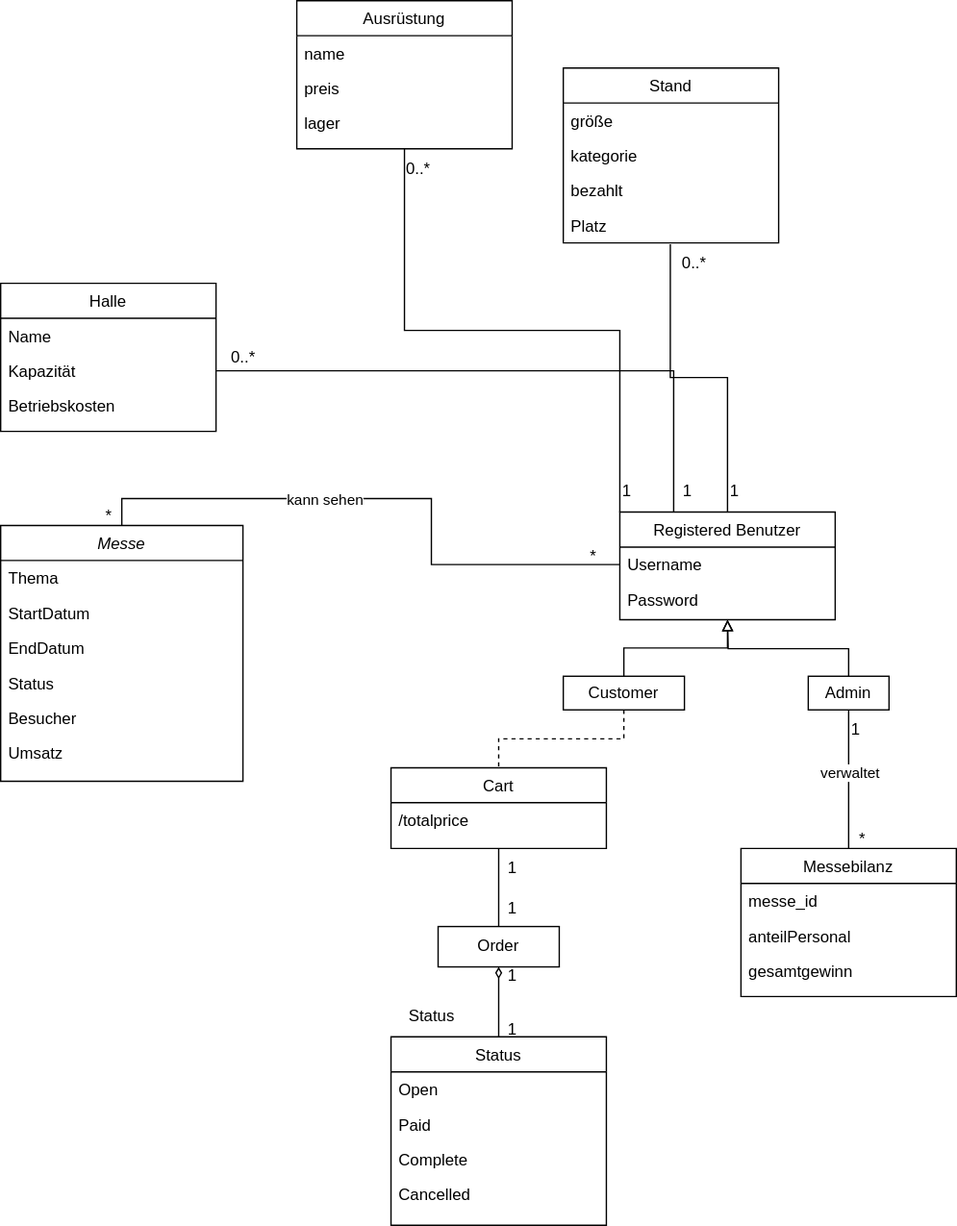
Earlier version of the draw.io export src/main/asciidoc/models/analysis/Klassendiagramm.svg (Leonard0108/Final-Buchmesse). Source tidied: cells renumbered, new cells last; positions are measured from the earlier drawing's top-left corner, leaving out a move shared by most shapes.
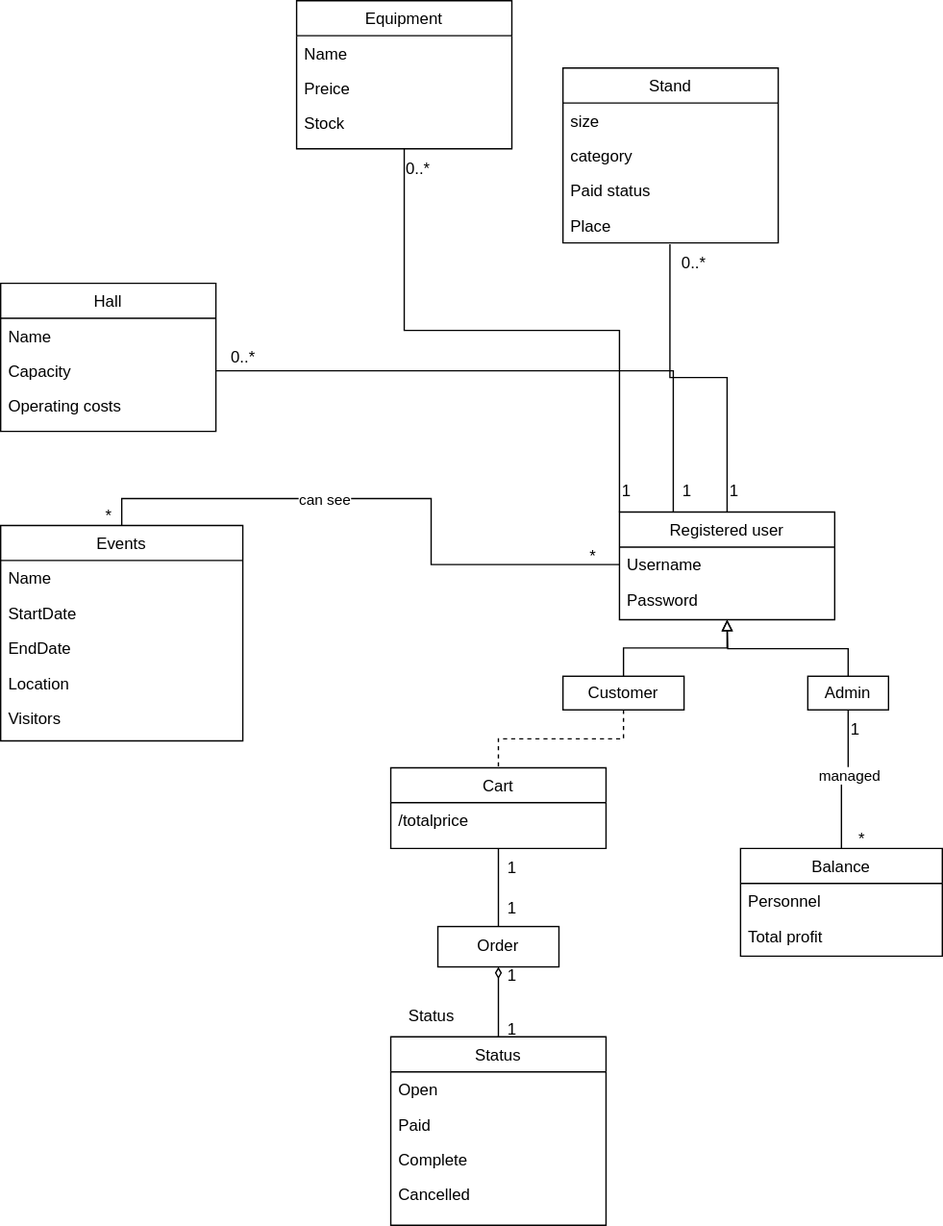
The same file after the commit.

Diff of the diagram source:
```diff
@@ -2,37 +2,34 @@
   <root>
     <mxCell id="0" />
     <mxCell id="1" parent="0" />
-    <mxCell id="2" value="Messe" style="swimlane;fontStyle=2;align=center;verticalAlign=top;horizontal=1;startSize=26;rounded=0;shadow=0;strokeWidth=1;" parent="1" vertex="1">
-      <mxGeometry y="390" width="180" height="190" as="geometry" />
+    <mxCell id="2" value="Events" style="swimlane;fontStyle=0;align=center;verticalAlign=top;horizontal=1;startSize=26;rounded=0;shadow=0;strokeWidth=1;" parent="1" vertex="1">
+      <mxGeometry y="390" width="180" height="160" as="geometry" />
     </mxCell>
-    <mxCell id="3" value="Thema" style="text;align=left;verticalAlign=top;spacingLeft=4;spacingRight=4;overflow=hidden;rounded=0;shadow=0;html=0;" parent="2" vertex="1">
+    <mxCell id="3" value="Name" style="text;align=left;verticalAlign=top;spacingLeft=4;spacingRight=4;overflow=hidden;rounded=0;shadow=0;html=0;" parent="2" vertex="1">
       <mxGeometry y="26" width="180" height="26" as="geometry" />
     </mxCell>
-    <mxCell id="4" value="StartDatum" style="text;align=left;verticalAlign=top;spacingLeft=4;spacingRight=4;overflow=hidden;rounded=0;shadow=0;html=0;" parent="2" vertex="1">
+    <mxCell id="4" value="StartDate" style="text;align=left;verticalAlign=top;spacingLeft=4;spacingRight=4;overflow=hidden;rounded=0;shadow=0;html=0;" parent="2" vertex="1">
       <mxGeometry y="52" width="180" height="26" as="geometry" />
     </mxCell>
-    <mxCell id="5" value="EndDatum" style="text;align=left;verticalAlign=top;spacingLeft=4;spacingRight=4;overflow=hidden;rounded=0;shadow=0;html=0;" parent="2" vertex="1">
+    <mxCell id="5" value="EndDate" style="text;align=left;verticalAlign=top;spacingLeft=4;spacingRight=4;overflow=hidden;rounded=0;shadow=0;html=0;" parent="2" vertex="1">
       <mxGeometry y="78" width="180" height="26" as="geometry" />
     </mxCell>
-    <mxCell id="6" value="Status" style="text;align=left;verticalAlign=top;spacingLeft=4;spacingRight=4;overflow=hidden;rounded=0;shadow=0;html=0;" parent="2" vertex="1">
+    <mxCell id="6" value="Location" style="text;align=left;verticalAlign=top;spacingLeft=4;spacingRight=4;overflow=hidden;rounded=0;shadow=0;html=0;" parent="2" vertex="1">
       <mxGeometry y="104" width="180" height="26" as="geometry" />
     </mxCell>
-    <mxCell id="7" value="Besucher" style="text;align=left;verticalAlign=top;spacingLeft=4;spacingRight=4;overflow=hidden;rounded=0;shadow=0;html=0;" parent="2" vertex="1">
+    <mxCell id="7" value="Visitors" style="text;align=left;verticalAlign=top;spacingLeft=4;spacingRight=4;overflow=hidden;rounded=0;shadow=0;html=0;" parent="2" vertex="1">
       <mxGeometry y="130" width="180" height="26" as="geometry" />
     </mxCell>
-    <mxCell id="8" value="Umsatz" style="text;align=left;verticalAlign=top;spacingLeft=4;spacingRight=4;overflow=hidden;rounded=0;shadow=0;html=0;" parent="2" vertex="1">
-      <mxGeometry y="156" width="180" height="26" as="geometry" />
-    </mxCell>
-    <mxCell id="9" value="Halle" style="swimlane;fontStyle=0;align=center;verticalAlign=top;horizontal=1;startSize=26;rounded=0;shadow=0;strokeWidth=1;" parent="1" vertex="1">
+    <mxCell id="9" value="Hall" style="swimlane;fontStyle=0;align=center;verticalAlign=top;horizontal=1;startSize=26;rounded=0;shadow=0;strokeWidth=1;" parent="1" vertex="1">
       <mxGeometry y="210" width="160" height="110" as="geometry" />
     </mxCell>
     <mxCell id="10" value="Name" style="text;align=left;verticalAlign=top;spacingLeft=4;spacingRight=4;overflow=hidden;rounded=0;shadow=0;html=0;" parent="9" vertex="1">
       <mxGeometry y="26" width="160" height="26" as="geometry" />
     </mxCell>
-    <mxCell id="11" value="Kapazität" style="text;align=left;verticalAlign=top;spacingLeft=4;spacingRight=4;overflow=hidden;points=[[0,0.5],[1,0.5]];portConstraint=eastwest;" parent="9" vertex="1">
+    <mxCell id="11" value="Capacity" style="text;align=left;verticalAlign=top;spacingLeft=4;spacingRight=4;overflow=hidden;points=[[0,0.5],[1,0.5]];portConstraint=eastwest;" parent="9" vertex="1">
       <mxGeometry y="52" width="160" height="26" as="geometry" />
     </mxCell>
-    <mxCell id="12" value="Betriebskosten" style="text;align=left;verticalAlign=top;spacingLeft=4;spacingRight=4;overflow=hidden;rounded=0;shadow=0;html=0;fontStyle=0;" parent="9" vertex="1">
+    <mxCell id="12" value="Operating costs" style="text;align=left;verticalAlign=top;spacingLeft=4;spacingRight=4;overflow=hidden;rounded=0;shadow=0;html=0;fontStyle=0;" parent="9" vertex="1">
       <mxGeometry y="78" width="160" height="26" as="geometry" />
     </mxCell>
     <mxCell id="13" style="edgeStyle=orthogonalEdgeStyle;rounded=0;jettySize=auto;html=1;exitX=0;exitY=0;exitDx=0;exitDy=0;entryX=0.5;entryY=1;entryDx=0;entryDy=0;endArrow=none;startFill=0;" parent="1" edge="1" source="15" target="30">
@@ -41,7 +38,7 @@
     <mxCell id="14" style="edgeStyle=orthogonalEdgeStyle;rounded=0;jettySize=auto;html=1;exitX=0.25;exitY=0;exitDx=0;exitDy=0;entryX=1;entryY=0.5;entryDx=0;entryDy=0;endArrow=none;startFill=0;" parent="1" edge="1" source="15" target="11">
       <mxGeometry relative="1" as="geometry" />
     </mxCell>
-    <mxCell id="15" value="Registered Benutzer" style="swimlane;fontStyle=0;align=center;verticalAlign=top;horizontal=1;startSize=26;rounded=0;shadow=0;strokeWidth=1;" parent="1" vertex="1">
+    <mxCell id="15" value="Registered user&#10;" style="swimlane;fontStyle=0;align=center;verticalAlign=top;horizontal=1;startSize=26;rounded=0;shadow=0;strokeWidth=1;" parent="1" vertex="1">
       <mxGeometry x="460" y="380" width="160" height="80" as="geometry" />
     </mxCell>
     <mxCell id="16" value="Username" style="text;align=left;verticalAlign=top;spacingLeft=4;spacingRight=4;overflow=hidden;points=[[0,0.5],[1,0.5]];portConstraint=eastwest;" parent="15" vertex="1">
@@ -53,16 +50,16 @@
     <mxCell id="18" value="Stand" style="swimlane;fontStyle=0;align=center;verticalAlign=top;horizontal=1;startSize=26;rounded=0;shadow=0;strokeWidth=1;" parent="1" vertex="1">
       <mxGeometry x="418" y="50" width="160" height="130" as="geometry" />
     </mxCell>
-    <mxCell id="19" value="größe" style="text;align=left;verticalAlign=top;spacingLeft=4;spacingRight=4;overflow=hidden;" parent="18" vertex="1">
+    <mxCell id="19" value="size" style="text;align=left;verticalAlign=top;spacingLeft=4;spacingRight=4;overflow=hidden;" parent="18" vertex="1">
       <mxGeometry y="26" width="160" height="26" as="geometry" />
     </mxCell>
-    <mxCell id="20" value="kategorie" style="text;align=left;verticalAlign=top;spacingLeft=4;spacingRight=4;overflow=hidden;rounded=0;shadow=0;html=0;" parent="18" vertex="1">
+    <mxCell id="20" value="category" style="text;align=left;verticalAlign=top;spacingLeft=4;spacingRight=4;overflow=hidden;rounded=0;shadow=0;html=0;" parent="18" vertex="1">
       <mxGeometry y="52" width="160" height="26" as="geometry" />
     </mxCell>
-    <mxCell id="21" value="bezahlt" style="text;align=left;verticalAlign=top;spacingLeft=4;spacingRight=4;overflow=hidden;rounded=0;shadow=0;html=0;" parent="18" vertex="1">
+    <mxCell id="21" value="Paid status" style="text;align=left;verticalAlign=top;spacingLeft=4;spacingRight=4;overflow=hidden;rounded=0;shadow=0;html=0;" parent="18" vertex="1">
       <mxGeometry y="78" width="160" height="26" as="geometry" />
     </mxCell>
-    <mxCell id="22" value="Platz" style="text;align=left;verticalAlign=top;spacingLeft=4;spacingRight=4;overflow=hidden;points=[[0,0.5],[1,0.5]];portConstraint=eastwest;rounded=0;shadow=0;html=0;" parent="18" vertex="1">
+    <mxCell id="22" value="Place" style="text;align=left;verticalAlign=top;spacingLeft=4;spacingRight=4;overflow=hidden;points=[[0,0.5],[1,0.5]];portConstraint=eastwest;rounded=0;shadow=0;html=0;" parent="18" vertex="1">
       <mxGeometry y="104" width="160" height="26" as="geometry" />
     </mxCell>
     <mxCell id="23" style="edgeStyle=orthogonalEdgeStyle;rounded=0;jettySize=auto;html=1;exitX=0.5;exitY=0;exitDx=0;exitDy=0;entryX=0.5;entryY=1;entryDx=0;entryDy=0;endArrow=block;endFill=0;" parent="1" edge="1" source="25" target="15">
@@ -77,7 +74,7 @@
     <mxCell id="26" style="edgeStyle=orthogonalEdgeStyle;rounded=0;jettySize=auto;html=1;exitX=0.5;exitY=1;exitDx=0;exitDy=0;entryX=0.5;entryY=0;entryDx=0;entryDy=0;endArrow=none;startFill=0;" parent="1" edge="1" source="29" target="34">
       <mxGeometry relative="1" as="geometry" />
     </mxCell>
-    <mxCell id="27" value="verwaltet" style="edgeLabel;html=1;align=center;verticalAlign=middle;" parent="26" vertex="1">
+    <mxCell id="27" value="managed" style="edgeLabel;html=1;align=center;verticalAlign=middle;" parent="26" vertex="1">
       <mxGeometry x="-0.11" relative="1" as="geometry" />
     </mxCell>
     <mxCell id="28" style="edgeStyle=orthogonalEdgeStyle;rounded=0;jettySize=auto;html=1;exitX=0.5;exitY=0;exitDx=0;exitDy=0;endArrow=block;endFill=0;" parent="1" edge="1" source="29">
@@ -88,29 +85,26 @@
     <mxCell id="29" value="Admin" style="whiteSpace=wrap;html=1;" parent="1" vertex="1">
       <mxGeometry x="600" y="502" width="60" height="25" as="geometry" />
     </mxCell>
-    <mxCell id="30" value="Ausrüstung" style="swimlane;fontStyle=0;align=center;verticalAlign=top;horizontal=1;startSize=26;rounded=0;shadow=0;strokeWidth=1;" parent="1" vertex="1">
+    <mxCell id="30" value="Equipment" style="swimlane;fontStyle=0;align=center;verticalAlign=top;horizontal=1;startSize=26;rounded=0;shadow=0;strokeWidth=1;" parent="1" vertex="1">
       <mxGeometry x="220" width="160" height="110" as="geometry" />
     </mxCell>
-    <mxCell id="31" value="name" style="text;align=left;verticalAlign=top;spacingLeft=4;spacingRight=4;overflow=hidden;" parent="30" vertex="1">
+    <mxCell id="31" value="Name" style="text;align=left;verticalAlign=top;spacingLeft=4;spacingRight=4;overflow=hidden;" parent="30" vertex="1">
       <mxGeometry y="26" width="160" height="26" as="geometry" />
     </mxCell>
-    <mxCell id="32" value="preis" style="text;align=left;verticalAlign=top;spacingLeft=4;spacingRight=4;overflow=hidden;rounded=0;shadow=0;html=0;" parent="30" vertex="1">
+    <mxCell id="32" value="Preice" style="text;align=left;verticalAlign=top;spacingLeft=4;spacingRight=4;overflow=hidden;rounded=0;shadow=0;html=0;" parent="30" vertex="1">
       <mxGeometry y="52" width="160" height="26" as="geometry" />
     </mxCell>
-    <mxCell id="33" value="lager" style="text;align=left;verticalAlign=top;spacingLeft=4;spacingRight=4;overflow=hidden;rounded=0;shadow=0;html=0;" parent="30" vertex="1">
+    <mxCell id="33" value="Stock" style="text;align=left;verticalAlign=top;spacingLeft=4;spacingRight=4;overflow=hidden;rounded=0;shadow=0;html=0;" parent="30" vertex="1">
       <mxGeometry y="78" width="160" height="26" as="geometry" />
     </mxCell>
-    <mxCell id="34" value="Messebilanz" style="swimlane;fontStyle=0;align=center;verticalAlign=top;horizontal=1;startSize=26;rounded=0;shadow=0;strokeWidth=1;" parent="1" vertex="1">
-      <mxGeometry x="550" y="630" width="160" height="110" as="geometry" />
+    <mxCell id="34" value="Balance" style="swimlane;fontStyle=0;align=center;verticalAlign=top;horizontal=1;startSize=26;rounded=0;shadow=0;strokeWidth=1;" parent="1" vertex="1">
+      <mxGeometry x="550" y="630" width="150" height="80" as="geometry" />
     </mxCell>
-    <mxCell id="35" value="messe_id" style="text;align=left;verticalAlign=top;spacingLeft=4;spacingRight=4;overflow=hidden;" parent="34" vertex="1">
-      <mxGeometry y="26" width="160" height="26" as="geometry" />
-    </mxCell>
-    <mxCell id="36" value="anteilPersonal" style="text;align=left;verticalAlign=top;spacingLeft=4;spacingRight=4;overflow=hidden;rounded=0;shadow=0;html=0;" parent="34" vertex="1">
-      <mxGeometry y="52" width="160" height="26" as="geometry" />
+    <mxCell id="36" value="Personnel" style="text;align=left;verticalAlign=top;spacingLeft=4;spacingRight=4;overflow=hidden;rounded=0;shadow=0;html=0;" parent="34" vertex="1">
+      <mxGeometry y="26" width="150" height="26" as="geometry" />
     </mxCell>
-    <mxCell id="37" value="gesamtgewinn" style="text;align=left;verticalAlign=top;spacingLeft=4;spacingRight=4;overflow=hidden;rounded=0;shadow=0;html=0;" parent="34" vertex="1">
-      <mxGeometry y="78" width="160" height="26" as="geometry" />
+    <mxCell id="37" value="Total profit" style="text;align=left;verticalAlign=top;spacingLeft=4;spacingRight=4;overflow=hidden;rounded=0;shadow=0;html=0;" parent="34" vertex="1">
+      <mxGeometry y="52" width="150" height="26" as="geometry" />
     </mxCell>
     <mxCell id="38" style="rounded=0;jettySize=auto;html=1;exitX=0.5;exitY=0;exitDx=0;exitDy=0;entryX=0.497;entryY=1.038;entryDx=0;entryDy=0;entryPerimeter=0;edgeStyle=orthogonalEdgeStyle;endArrow=none;startFill=0;" parent="1" edge="1" source="15" target="22">
       <mxGeometry relative="1" as="geometry" />
@@ -118,7 +112,7 @@
     <mxCell id="39" style="edgeStyle=orthogonalEdgeStyle;rounded=0;jettySize=auto;html=1;exitX=0;exitY=0.5;exitDx=0;exitDy=0;entryX=0.5;entryY=0;entryDx=0;entryDy=0;endArrow=none;startFill=0;" parent="1" edge="1" source="16" target="2">
       <mxGeometry relative="1" as="geometry" />
     </mxCell>
-    <mxCell id="40" value="kann sehen" style="edgeLabel;html=1;align=center;verticalAlign=middle;" parent="39" vertex="1">
+    <mxCell id="40" value="can see" style="edgeLabel;html=1;align=center;verticalAlign=middle;" parent="39" vertex="1">
       <mxGeometry x="0.23" relative="1" as="geometry" />
     </mxCell>
     <mxCell id="41" style="edgeStyle=orthogonalEdgeStyle;rounded=0;jettySize=auto;html=1;exitX=0.5;exitY=1;exitDx=0;exitDy=0;entryX=0.5;entryY=0;entryDx=0;entryDy=0;endArrow=none;startFill=0;" parent="1" edge="1" source="42" target="44">
```
